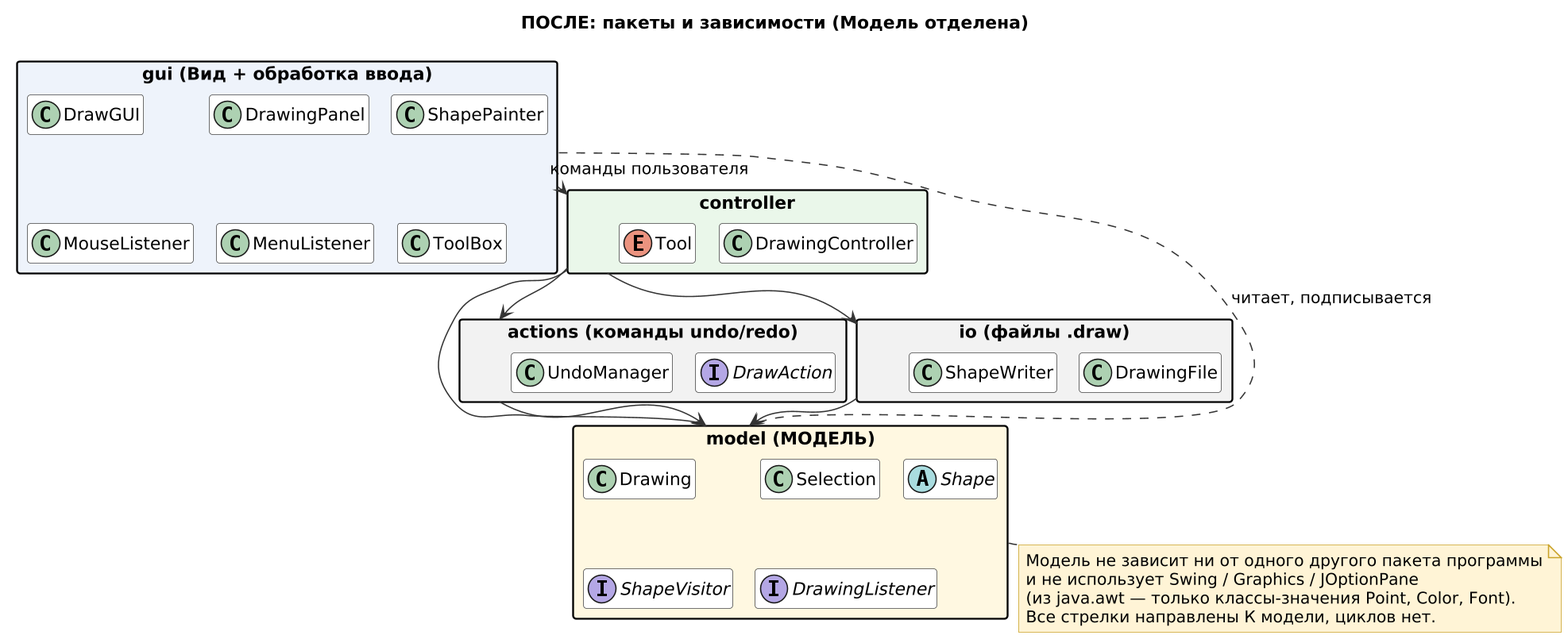
OkejoTM/java_draw keeps this PlantUML diagram as doc/lab2/png/a1_packages.png. Above is the earlier version.
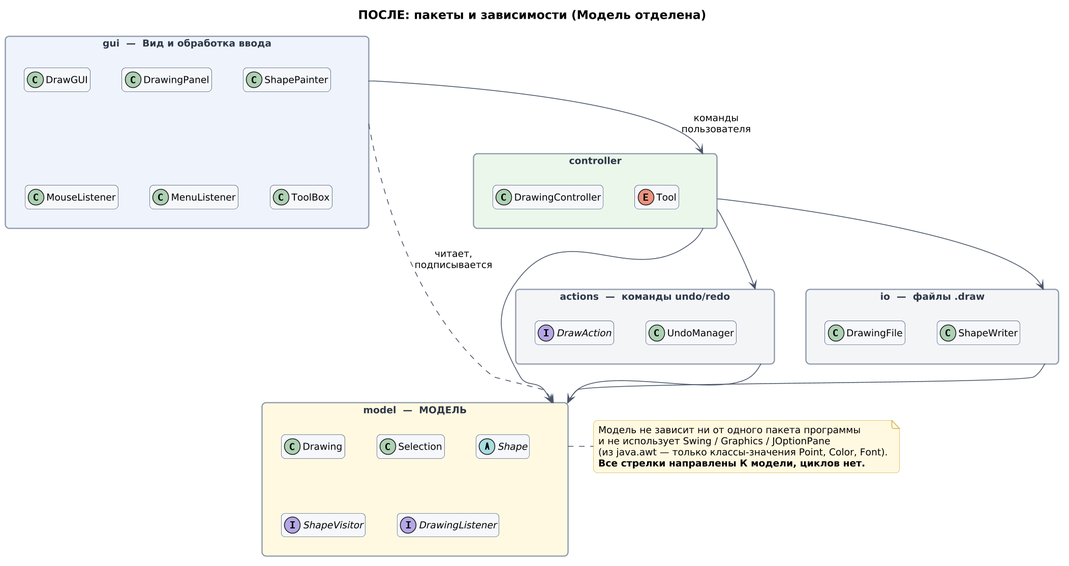
After the change.

What changed in the source:
```diff
@@ -1,8 +1,42 @@
 @startuml
-!include _style.iuml
+skinparam dpi 150
+skinparam shadowing false
+skinparam roundCorner 10
+skinparam defaultFontName DejaVu Sans
+skinparam defaultFontSize 12
+skinparam titleFontSize 15
+skinparam classAttributeIconSize 0
+skinparam packageStyle rectangle
+skinparam nodesep 40
+skinparam ranksep 50
+
+skinparam class {
+  BackgroundColor #FFFFFF
+  BorderColor #5B6B7F
+  HeaderBackgroundColor #F4F7FB
+  ArrowColor #4A5568
+  StereotypeFontColor #6B7280
+}
+skinparam package {
+  BorderColor #8A97A8
+  FontColor #2D3748
+}
+skinparam note {
+  BackgroundColor #FFF8E1
+  BorderColor #D4B24C
+}
+skinparam sequence {
+  ArrowColor #4A5568
+  LifeLineBorderColor #8A97A8
+  ParticipantBorderColor #5B6B7F
+  ParticipantBackgroundColor #F4F7FB
+}
+hide empty members
+
 title ПОСЛЕ: пакеты и зависимости (Модель отделена)
+top to bottom direction
 
-package "gui (Вид + обработка ввода)" as gui #EEF3FB {
+package "gui  —  Вид и обработка ввода" as gui #EEF3FB {
   class DrawGUI
   class DrawingPanel
   class ShapePainter
@@ -14,15 +48,15 @@
   class DrawingController
   enum Tool
 }
-package "actions (команды undo/redo)" as actions #F2F2F2 {
+package "actions  —  команды undo/redo" as actions #F3F4F6 {
   interface DrawAction
   class UndoManager
 }
-package "io (файлы .draw)" as io #F2F2F2 {
+package "io  —  файлы .draw" as io #F3F4F6 {
   class DrawingFile
   class ShapeWriter
 }
-package "model (МОДЕЛЬ)" as model #FFF8E1 {
+package "model  —  МОДЕЛЬ" as model #FFF8E1 {
   class Drawing
   class Selection
   abstract class Shape
@@ -30,18 +64,18 @@
   interface DrawingListener
 }
 
-gui --> controller : команды пользователя
-gui ..> model : читает, подписывается
-controller --> actions
-controller --> io
-controller --> model
-actions --> model
-io --> model
+gui -down-> controller : команды\nпользователя
+gui .down.> model : читает,\nподписывается
+controller -down-> actions
+controller -down-> io
+controller -down-> model
+actions -down-> model
+io -down-> model
 
-note bottom of model
-  Модель не зависит ни от одного другого пакета программы
+note right of model
+  Модель не зависит ни от одного пакета программы
   и не использует Swing / Graphics / JOptionPane
   (из java.awt — только классы-значения Point, Color, Font).
-  Все стрелки направлены К модели, циклов нет.
+  <b>Все стрелки направлены К модели, циклов нет.</b>
 end note
 @enduml
```
